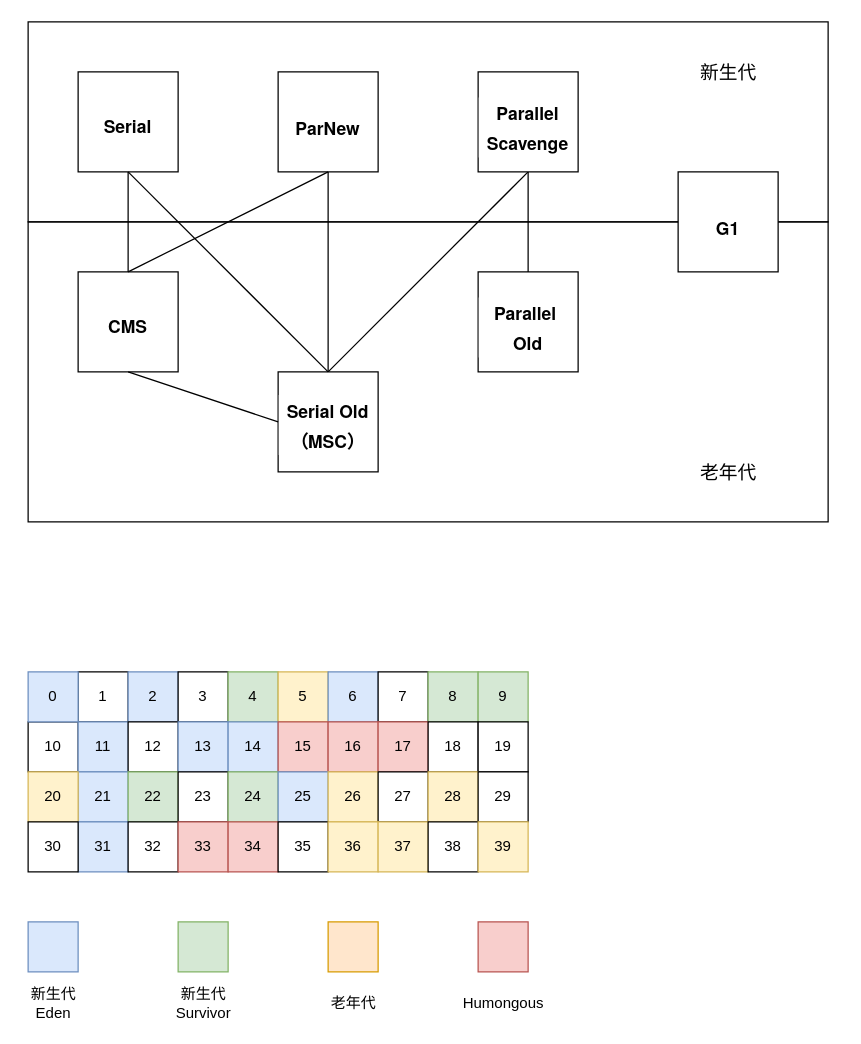
Before: 垃圾回收器/垃圾回收器.drawio in zero-97/picture-of-the-article, a draw.io diagram. Source tidied: cells renumbered, new cells numbered last; positions are measured from the earlier drawing's top-left corner, leaving out a move shared by most shapes. Both pictures are drawn from the tidied source at 125%, with x=0, y=0 at pixel (21, 21).
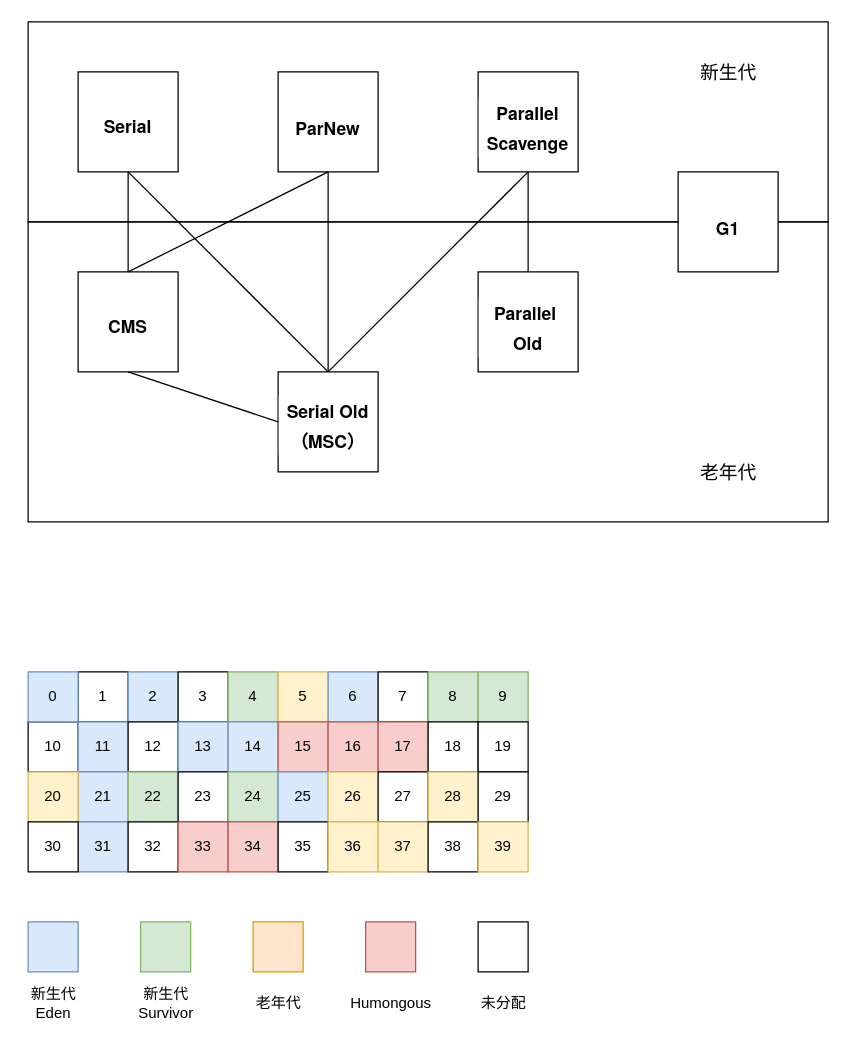
After the change.

Commit message (it also covers changes not shown here):
Update 垃圾回收器.drawio

Change to the diagram source:
```diff
@@
     <mxCell id="63" style="whiteSpace=wrap;html=1;fillColor=#d5e8d4;strokeColor=#82b366;" parent="1" vertex="1">
-      <mxGeometry x="125" y="720" width="40" height="40" as="geometry" />
+      <mxGeometry x="95" y="720" width="40" height="40" as="geometry" />
     </mxCell>
     <mxCell id="64" style="whiteSpace=wrap;html=1;fillColor=#ffe6cc;strokeColor=#d79b00;" parent="1" vertex="1">
-      <mxGeometry x="245" y="720" width="40" height="40" as="geometry" />
+      <mxGeometry x="185" y="720" width="40" height="40" as="geometry" />
     </mxCell>
     <mxCell id="65" style="whiteSpace=wrap;html=1;fillColor=#f8cecc;strokeColor=#b85450;" parent="1" vertex="1">
-      <mxGeometry x="365" y="720" width="40" height="40" as="geometry" />
+      <mxGeometry x="275" y="720" width="40" height="40" as="geometry" />
     </mxCell>
@@
     <mxCell id="67" value="新生代&lt;br&gt;Survivor" style="text;html=1;align=center;verticalAlign=middle;strokeColor=none;fillColor=none;" parent="1" vertex="1">
-      <mxGeometry x="115" y="770" width="60" height="30" as="geometry" />
+      <mxGeometry x="85" y="770" width="60" height="30" as="geometry" />
     </mxCell>
     <mxCell id="68" value="老年代" style="text;html=1;align=center;verticalAlign=middle;strokeColor=none;fillColor=none;" parent="1" vertex="1">
-      <mxGeometry x="240" y="775" width="50" height="20" as="geometry" />
+      <mxGeometry x="180" y="775" width="50" height="20" as="geometry" />
     </mxCell>
-    <mxCell id="69" value="Humongous" style="text;html=1;align=center;verticalAlign=middle;strokeColor=none;fillColor=none;" parent="1" vertex="1">
-      <mxGeometry x="345" y="775" width="80" height="20" as="geometry" />
+    <mxCell id="69" value="Humongous" style="text;html=1;align=center;verticalAlign=middle;" parent="1" vertex="1">
+      <mxGeometry x="255" y="775" width="80" height="20" as="geometry" />
     </mxCell>
+    <mxCell id="70" style="whiteSpace=wrap;html=1;" parent="1" vertex="1">
+      <mxGeometry x="365" y="720" width="40" height="40" as="geometry" />
+    </mxCell>
+    <mxCell id="71" value="未分配" style="text;html=1;align=center;verticalAlign=middle;" parent="1" vertex="1">
+      <mxGeometry x="360" y="775" width="50" height="20" as="geometry" />
+    </mxCell>
```
